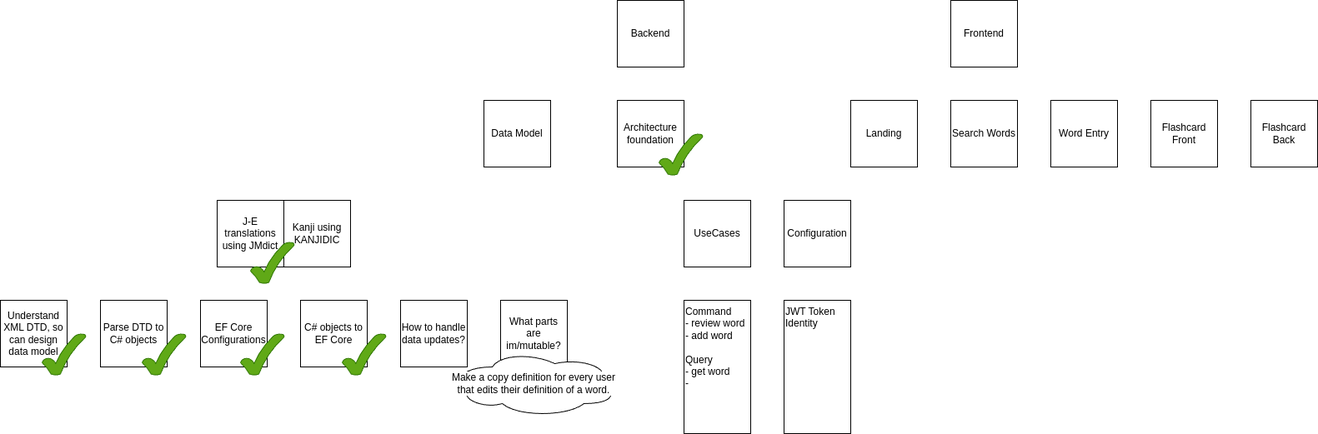
This is docs/ProjectPlan.drawio.png from shibaholic/dango_jisho, a draw.io export, as it was before one commit. Source tidied: cells renumbered, new cells last; positions are measured from the earlier drawing's top-left corner, leaving out a move shared by most shapes.
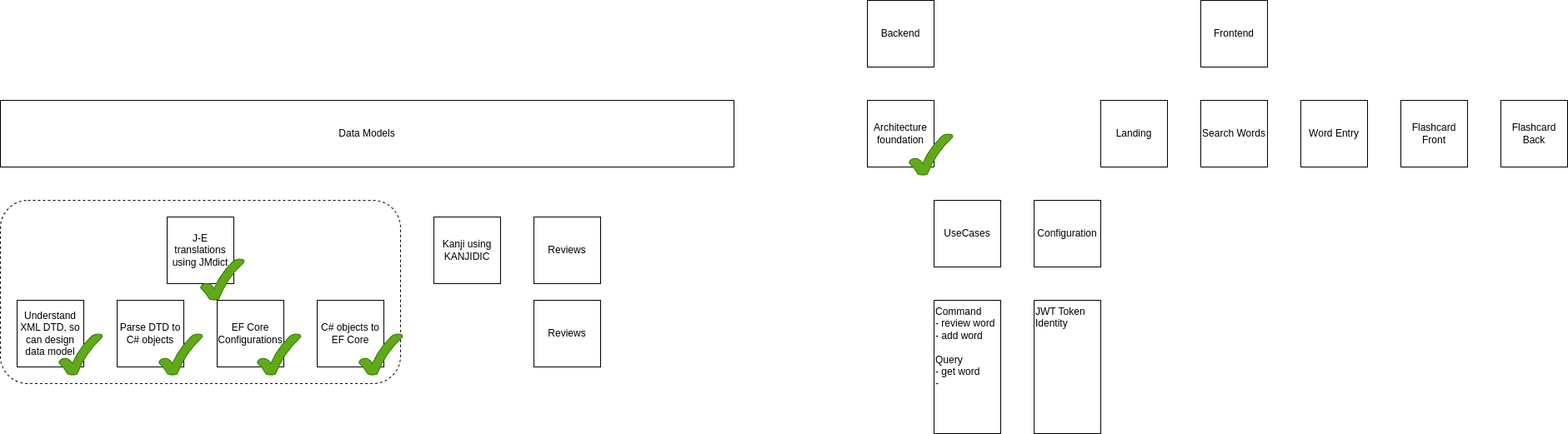
The same file after the commit.

Change to the diagram source:
```diff
@@ -8,42 +8,12 @@
     <mxCell id="3" value="Frontend" style="whiteSpace=wrap;html=1;" parent="1" vertex="1">
       <mxGeometry x="1140" width="80" height="80" as="geometry" />
     </mxCell>
-    <mxCell id="4" value="Data Model" style="whiteSpace=wrap;html=1;" parent="1" vertex="1">
-      <mxGeometry x="580" y="120" width="80" height="80" as="geometry" />
-    </mxCell>
-    <mxCell id="5" value="EF Core Configurations" style="whiteSpace=wrap;html=1;" parent="1" vertex="1">
-      <mxGeometry x="240" y="360" width="80" height="80" as="geometry" />
-    </mxCell>
-    <mxCell id="6" value="C# objects to EF Core" style="whiteSpace=wrap;html=1;" parent="1" vertex="1">
-      <mxGeometry x="360" y="360" width="80" height="80" as="geometry" />
-    </mxCell>
-    <mxCell id="7" value="How to handle data updates?" style="whiteSpace=wrap;html=1;" parent="1" vertex="1">
-      <mxGeometry x="480" y="360" width="80" height="80" as="geometry" />
-    </mxCell>
-    <mxCell id="8" value="J-E translations using JMdict" style="whiteSpace=wrap;html=1;" parent="1" vertex="1">
-      <mxGeometry x="260" y="240" width="80" height="80" as="geometry" />
-    </mxCell>
-    <mxCell id="9" value="Understand XML DTD, so can design data model" style="whiteSpace=wrap;html=1;" parent="1" vertex="1">
-      <mxGeometry y="360" width="80" height="80" as="geometry" />
-    </mxCell>
-    <mxCell id="10" value="Parse DTD to C# objects" style="whiteSpace=wrap;html=1;" parent="1" vertex="1">
-      <mxGeometry x="120" y="360" width="80" height="80" as="geometry" />
-    </mxCell>
     <mxCell id="11" value="Kanji using KANJIDIC" style="whiteSpace=wrap;html=1;" parent="1" vertex="1">
-      <mxGeometry x="340" y="240" width="80" height="80" as="geometry" />
+      <mxGeometry x="220" y="260" width="80" height="80" as="geometry" />
     </mxCell>
-    <mxCell id="12" value="What parts are im/mutable?" style="whiteSpace=wrap;html=1;" parent="1" vertex="1">
-      <mxGeometry x="600" y="360" width="80" height="80" as="geometry" />
-    </mxCell>
     <mxCell id="13" value="&lt;div&gt;&lt;span style=&quot;background-color: initial;&quot;&gt;UseCases&lt;/span&gt;&lt;br&gt;&lt;/div&gt;" style="whiteSpace=wrap;html=1;" parent="1" vertex="1">
       <mxGeometry x="820" y="240" width="80" height="80" as="geometry" />
     </mxCell>
-    <mxCell id="14" value="Make a copy definition for every user that edits their definition of a word." style="ellipse;shape=cloud;whiteSpace=wrap;html=1;labelBackgroundColor=default;" parent="1" vertex="1">
-      <mxGeometry x="540" y="420" width="200" height="80" as="geometry" />
-    </mxCell>
-    <mxCell id="15" style="verticalLabelPosition=bottom;verticalAlign=top;html=1;shape=mxgraph.basic.tick;fillColor=#60a917;strokeColor=#2D7600;shadow=0;fontColor=#ffffff;" parent="1" vertex="1">
-      <mxGeometry x="50" y="400" width="52.5" height="50" as="geometry" />
-    </mxCell>
     <mxCell id="16" value="&lt;div&gt;Command&lt;/div&gt;- review word&lt;div&gt;- add word&lt;/div&gt;&lt;div&gt;&lt;br&gt;&lt;/div&gt;&lt;div&gt;Query&lt;/div&gt;&lt;div&gt;- get word&lt;/div&gt;&lt;div&gt;-&amp;nbsp;&lt;/div&gt;" style="rounded=0;whiteSpace=wrap;html=1;align=left;verticalAlign=top;" parent="1" vertex="1">
       <mxGeometry x="820" y="360" width="80" height="160" as="geometry" />
     </mxCell>
@@ -74,17 +44,50 @@
     <mxCell id="25" style="verticalLabelPosition=bottom;verticalAlign=top;html=1;shape=mxgraph.basic.tick;fillColor=#60a917;strokeColor=#2D7600;shadow=0;fontColor=#ffffff;" parent="1" vertex="1">
       <mxGeometry x="790" y="160" width="52.5" height="50" as="geometry" />
     </mxCell>
+    <mxCell id="30" style="group;" parent="1" vertex="1">
+      <mxGeometry x="-300" y="200" width="482.5" height="280" as="geometry" />
+    </mxCell>
+    <mxCell id="31" style="rounded=1;whiteSpace=wrap;html=1;dashed=1;fillColor=none;" parent="30" vertex="1">
+      <mxGeometry y="40" width="480" height="220" as="geometry" />
+    </mxCell>
+    <mxCell id="5" value="EF Core Configurations" style="whiteSpace=wrap;html=1;" parent="30" vertex="1">
+      <mxGeometry x="260" y="160" width="80" height="80" as="geometry" />
+    </mxCell>
+    <mxCell id="6" value="C# objects to EF Core" style="whiteSpace=wrap;html=1;" parent="30" vertex="1">
+      <mxGeometry x="380" y="160" width="80" height="80" as="geometry" />
+    </mxCell>
+    <mxCell id="8" value="J-E translations using JMdict" style="whiteSpace=wrap;html=1;" parent="30" vertex="1">
+      <mxGeometry x="200" y="60" width="80" height="80" as="geometry" />
+    </mxCell>
+    <mxCell id="9" value="Understand XML DTD, so can design data model" style="whiteSpace=wrap;html=1;" parent="30" vertex="1">
+      <mxGeometry x="20" y="160" width="80" height="80" as="geometry" />
+    </mxCell>
+    <mxCell id="10" value="Parse DTD to C# objects" style="whiteSpace=wrap;html=1;" parent="30" vertex="1">
+      <mxGeometry x="140" y="160" width="80" height="80" as="geometry" />
+    </mxCell>
+    <mxCell id="15" style="verticalLabelPosition=bottom;verticalAlign=top;html=1;shape=mxgraph.basic.tick;fillColor=#60a917;strokeColor=#2D7600;shadow=0;fontColor=#ffffff;" parent="30" vertex="1">
+      <mxGeometry x="70" y="200" width="52.5" height="50" as="geometry" />
+    </mxCell>
-    <mxCell id="26" style="verticalLabelPosition=bottom;verticalAlign=top;html=1;shape=mxgraph.basic.tick;fillColor=#60a917;strokeColor=#2D7600;shadow=0;fontColor=#ffffff;" parent="1" vertex="1">
-      <mxGeometry x="170" y="400" width="52.5" height="50" as="geometry" />
+    <mxCell id="26" style="verticalLabelPosition=bottom;verticalAlign=top;html=1;shape=mxgraph.basic.tick;fillColor=#60a917;strokeColor=#2D7600;shadow=0;fontColor=#ffffff;" parent="30" vertex="1">
+      <mxGeometry x="190" y="200" width="52.5" height="50" as="geometry" />
     </mxCell>
-    <mxCell id="27" style="verticalLabelPosition=bottom;verticalAlign=top;html=1;shape=mxgraph.basic.tick;fillColor=#60a917;strokeColor=#2D7600;shadow=0;fontColor=#ffffff;" parent="1" vertex="1">
-      <mxGeometry x="288" y="400" width="52.5" height="50" as="geometry" />
+    <mxCell id="27" style="verticalLabelPosition=bottom;verticalAlign=top;html=1;shape=mxgraph.basic.tick;fillColor=#60a917;strokeColor=#2D7600;shadow=0;fontColor=#ffffff;" parent="30" vertex="1">
+      <mxGeometry x="308" y="200" width="52.5" height="50" as="geometry" />
     </mxCell>
-    <mxCell id="28" style="verticalLabelPosition=bottom;verticalAlign=top;html=1;shape=mxgraph.basic.tick;fillColor=#60a917;strokeColor=#2D7600;shadow=0;fontColor=#ffffff;" parent="1" vertex="1">
-      <mxGeometry x="410" y="400" width="52.5" height="50" as="geometry" />
+    <mxCell id="28" style="verticalLabelPosition=bottom;verticalAlign=top;html=1;shape=mxgraph.basic.tick;fillColor=#60a917;strokeColor=#2D7600;shadow=0;fontColor=#ffffff;" parent="30" vertex="1">
+      <mxGeometry x="430" y="200" width="52.5" height="50" as="geometry" />
     </mxCell>
-    <mxCell id="29" style="verticalLabelPosition=bottom;verticalAlign=top;html=1;shape=mxgraph.basic.tick;fillColor=#60a917;strokeColor=#2D7600;shadow=0;fontColor=#ffffff;" parent="1" vertex="1">
-      <mxGeometry x="300" y="290" width="52.5" height="50" as="geometry" />
+    <mxCell id="29" style="verticalLabelPosition=bottom;verticalAlign=top;html=1;shape=mxgraph.basic.tick;fillColor=#60a917;strokeColor=#2D7600;shadow=0;fontColor=#ffffff;" parent="30" vertex="1">
+      <mxGeometry x="240" y="110" width="52.5" height="50" as="geometry" />
     </mxCell>
+    <mxCell id="32" value="Data Models" style="rounded=0;whiteSpace=wrap;html=1;" parent="1" vertex="1">
+      <mxGeometry x="-300" y="120" width="880" height="80" as="geometry" />
+    </mxCell>
+    <mxCell id="33" value="Reviews" style="whiteSpace=wrap;html=1;" parent="1" vertex="1">
+      <mxGeometry x="340" y="260" width="80" height="80" as="geometry" />
+    </mxCell>
+    <mxCell id="34" value="Reviews" style="whiteSpace=wrap;html=1;" parent="1" vertex="1">
+      <mxGeometry x="340" y="360" width="80" height="80" as="geometry" />
+    </mxCell>
   </root>
 </mxGraphModel>
```
